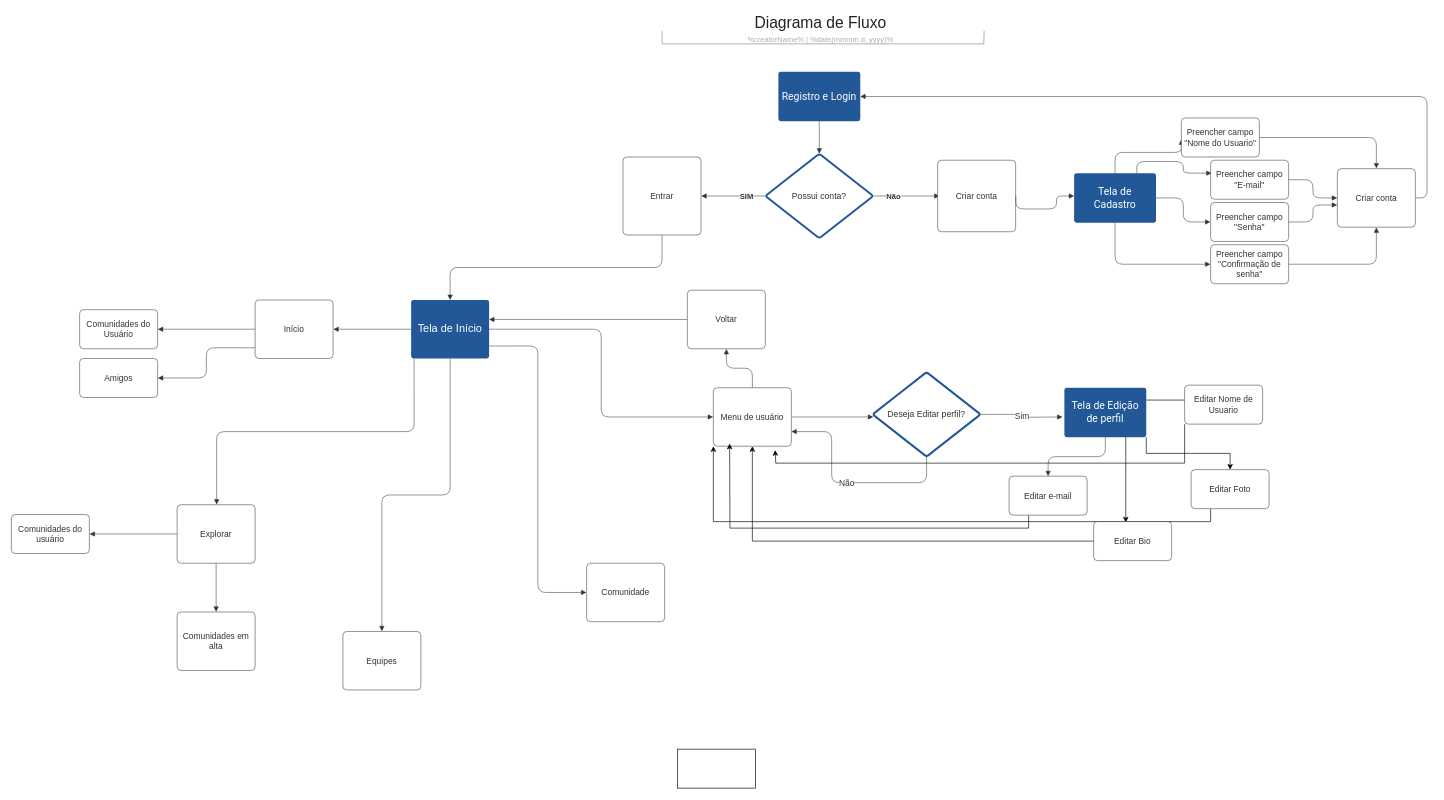
Above: docs/Diagrama sem nome.drawio in ICEI-PUC-Minas-PMV-ADS/pmv-ads-2023-2-e2-proj-int-t2-gaming-groove (draw.io), before the change. Source tidied: cells renumbered, new cells numbered last; positions are measured from the earlier drawing's top-left corner, leaving out a move shared by most shapes. Both pictures are drawn from the tidied source at 65%, with x=0, y=0 at pixel (11, 11).
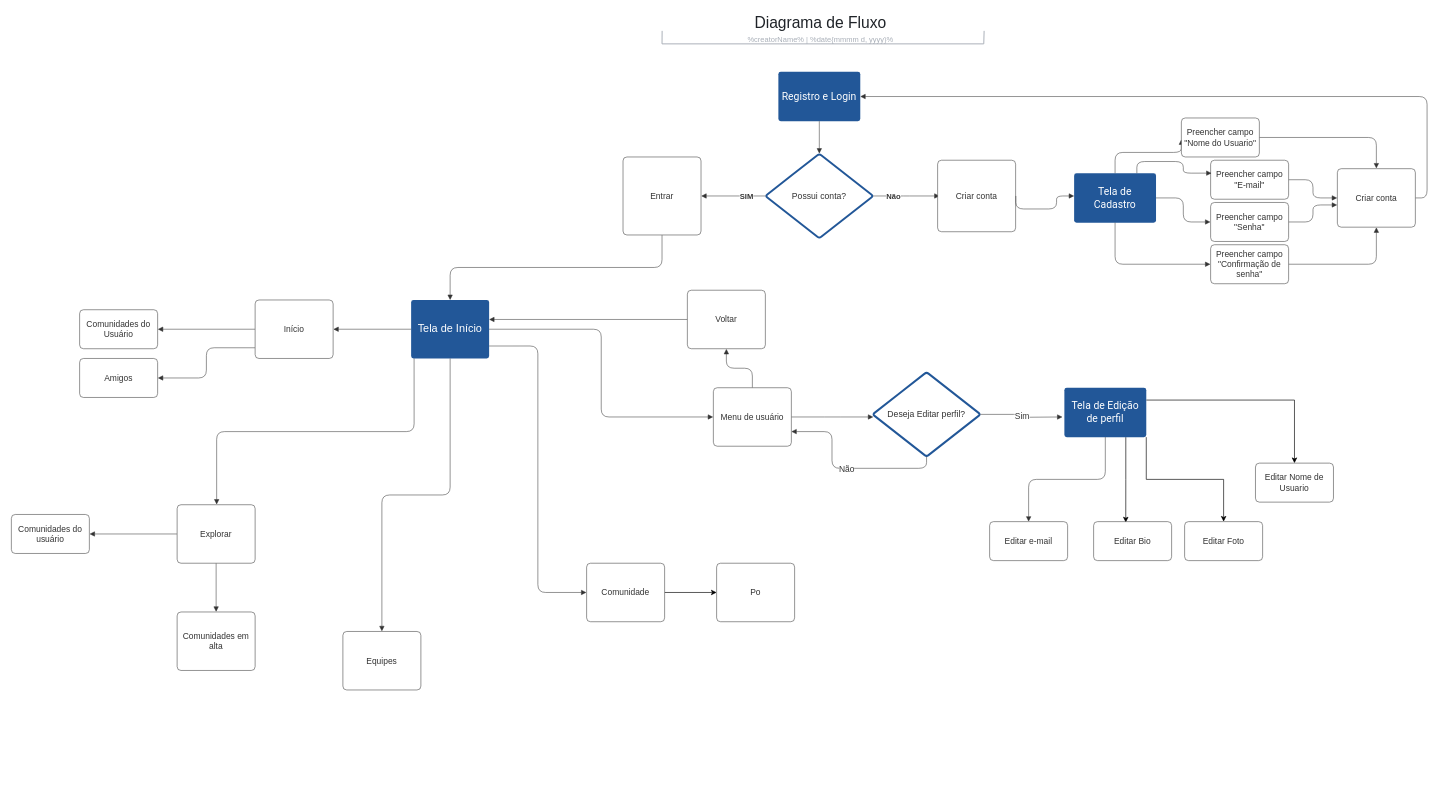
Above is the later version.

Unchanged cells that the change refers to:
```xml
<mxCell id="43" value="Comunidade" style="html=1;overflow=block;blockSpacing=1;whiteSpace=wrap;fontSize=13;fontColor=#333333;align=center;spacing=9;strokeColor=#333333;strokeOpacity=100;fillOpacity=100;rounded=1;absoluteArcSize=1;arcSize=12;fillColor=#ffffff;strokeWidth=0.8;lucidId=lhVshHCBFL9k;" parent="6" vertex="1">
  <mxGeometry x="885" y="849" width="120" height="90" as="geometry" />
</mxCell>
<mxCell id="46" value="Menu de usuário" style="html=1;overflow=block;blockSpacing=1;whiteSpace=wrap;fontSize=13;fontColor=#333333;align=center;spacing=9;strokeColor=#333333;strokeOpacity=100;fillOpacity=100;rounded=1;absoluteArcSize=1;arcSize=12;fillColor=#ffffff;strokeWidth=0.8;lucidId=lhVsZ8sPONDj;" parent="6" vertex="1">
  <mxGeometry x="1080" y="579" width="120" height="90" as="geometry" />
</mxCell>
<mxCell id="49" value="Deseja Editar perfil?" style="html=1;overflow=block;blockSpacing=1;whiteSpace=wrap;rhombus;fontSize=13.3;fontFamily=Helvetica;fontColor=#333333;spacing=3.3;strokeColor=#225798;strokeOpacity=100;rounded=1;absoluteArcSize=1;arcSize=7.5;strokeWidth=3;lucidId=lhVsae5pFT-N;" parent="6" vertex="1">
  <mxGeometry x="1325" y="555" width="166" height="130" as="geometry" />
</mxCell>
<mxCell id="54" value="Tela de Edição de perfil" style="html=1;overflow=block;blockSpacing=1;whiteSpace=wrap;fontSize=16;fontFamily=Roboto;fontColor=#ffffff;spacing=3.8;strokeOpacity=0;fillOpacity=100;rounded=1;absoluteArcSize=1;arcSize=7.5;fillColor=#225798;strokeWidth=1.5;lucidId=lhVsntgSND~G;" parent="6" vertex="1">
  <mxGeometry x="1620" y="579" width="126" height="76" as="geometry" />
</mxCell>
<mxCell id="72" value="Editar Bio" style="html=1;overflow=block;blockSpacing=1;whiteSpace=wrap;fontSize=13;fontColor=#333333;align=center;spacing=3.8;strokeColor=#333333;strokeOpacity=100;fillOpacity=100;rounded=1;absoluteArcSize=1;arcSize=12;fillColor=#ffffff;strokeWidth=0.8;lucidId=lhVsCsnP8iEd;" parent="6" vertex="1">
  <mxGeometry x="1665" y="785" width="120" height="60" as="geometry" />
</mxCell>
```

The edit, as a diff of the source:
```diff
@@
-    <mxCell id="2" style="rounded=0;whiteSpace=wrap;html=1;" parent="1" vertex="1">
-      <mxGeometry x="1025" y="1135" width="120" height="60" as="geometry" />
-    </mxCell>
-    <mxCell id="3" style="edgeStyle=orthogonalEdgeStyle;rounded=0;jettySize=auto;html=1;exitX=0.25;exitY=1;exitDx=0;exitDy=0;entryX=0;entryY=1;entryDx=0;entryDy=0;" parent="1" edge="1" source="4" target="46">
-      <mxGeometry relative="1" as="geometry" />
-    </mxCell>
     <mxCell id="4" value="Editar Foto" style="html=1;overflow=block;blockSpacing=1;whiteSpace=wrap;fontSize=13;fontColor=#333333;align=center;spacing=3.8;strokeColor=#333333;strokeOpacity=100;fillOpacity=100;rounded=1;absoluteArcSize=1;arcSize=12;fillColor=#ffffff;strokeWidth=0.8;lucidId=lhVsCsnP8iEd;" parent="1" vertex="1">
-      <mxGeometry x="1815" y="705" width="120" height="60" as="geometry" />
+      <mxGeometry x="1805" y="785" width="120" height="60" as="geometry" />
     </mxCell>
@@
+    <mxCell id="77" value="Po" style="html=1;overflow=block;blockSpacing=1;whiteSpace=wrap;fontSize=13;fontColor=#333333;align=center;spacing=9;strokeColor=#333333;strokeOpacity=100;fillOpacity=100;rounded=1;absoluteArcSize=1;arcSize=12;fillColor=#ffffff;strokeWidth=0.8;lucidId=lhVshHCBFL9k;" parent="1" vertex="1">
+      <mxGeometry x="1085" y="849" width="120" height="90" as="geometry" />
+    </mxCell>
@@
+    <mxCell id="78" style="edgeStyle=orthogonalEdgeStyle;rounded=0;jettySize=auto;html=1;" parent="6" edge="1" source="43" target="77">
+      <mxGeometry relative="1" as="geometry" />
+    </mxCell>
@@
-    <mxCell id="52" style="edgeStyle=orthogonalEdgeStyle;rounded=0;jettySize=auto;html=1;exitX=1;exitY=0.25;exitDx=0;exitDy=0;" parent="6" edge="1" source="54">
-      <mxGeometry relative="1" as="geometry">
-        <mxPoint x="1815" y="598" as="targetPoint" />
-      </mxGeometry>
+    <mxCell id="52" style="edgeStyle=orthogonalEdgeStyle;rounded=0;jettySize=auto;html=1;exitX=1;exitY=0.25;exitDx=0;exitDy=0;entryX=0.5;entryY=0;entryDx=0;entryDy=0;" parent="6" edge="1" source="54" target="66">
+      <mxGeometry relative="1" as="geometry" />
     </mxCell>
@@
     <mxCell id="55" style="html=1;jettySize=18;whiteSpace=wrap;fontSize=13;fontColor=#333333;align=center;strokeColor=#333333;strokeOpacity=100;strokeWidth=0.8;rounded=1;arcSize=24;edgeStyle=orthogonalEdgeStyle;startArrow=none;endArrow=block;endFill=1;exitX=0.5;exitY=1.002;exitPerimeter=0;entryX=1;entryY=0.75;lucidId=lhVsp6Rki~RF;entryDx=0;entryDy=0;" parent="6" edge="1" source="49" target="46">
-      <mxGeometry relative="1" as="geometry">
-        <Array as="points">
-          <mxPoint x="1408" y="725" />
-          <mxPoint x="1262" y="725" />
-          <mxPoint x="1262" y="647" />
-        </Array>
-      </mxGeometry>
+      <mxGeometry relative="1" as="geometry" />
     </mxCell>
@@
-    <mxCell id="65" style="edgeStyle=orthogonalEdgeStyle;rounded=0;jettySize=auto;html=1;exitX=0;exitY=1;exitDx=0;exitDy=0;" parent="6" edge="1" source="66">
-      <mxGeometry relative="1" as="geometry">
-        <mxPoint x="1175" y="675" as="targetPoint" />
-        <Array as="points">
-          <mxPoint x="1805" y="695" />
-          <mxPoint x="1176" y="695" />
-          <mxPoint x="1176" y="675" />
-        </Array>
-      </mxGeometry>
-    </mxCell>
     <mxCell id="66" value="Editar Nome de Usuario" style="html=1;overflow=block;blockSpacing=1;whiteSpace=wrap;fontSize=13;fontColor=#333333;align=center;spacing=3.8;strokeColor=#333333;strokeOpacity=100;fillOpacity=100;rounded=1;absoluteArcSize=1;arcSize=12;fillColor=#ffffff;strokeWidth=0.8;lucidId=lhVsW8nXoe7O;" parent="6" vertex="1">
-      <mxGeometry x="1805" y="575" width="120" height="60" as="geometry" />
+      <mxGeometry x="1914" y="695" width="120" height="60" as="geometry" />
     </mxCell>
-    <mxCell id="67" style="edgeStyle=orthogonalEdgeStyle;rounded=0;jettySize=auto;html=1;exitX=0.25;exitY=1;exitDx=0;exitDy=0;" parent="6" edge="1" source="68">
-      <mxGeometry relative="1" as="geometry">
-        <mxPoint x="1105" y="665" as="targetPoint" />
-      </mxGeometry>
-    </mxCell>
     <mxCell id="68" value="Editar e-mail" style="html=1;overflow=block;blockSpacing=1;whiteSpace=wrap;fontSize=13;fontColor=#333333;align=center;spacing=3.8;strokeColor=#333333;strokeOpacity=100;fillOpacity=100;rounded=1;absoluteArcSize=1;arcSize=12;fillColor=#ffffff;strokeWidth=0.8;lucidId=lhVsvm_LANV6;" parent="6" vertex="1">
-      <mxGeometry x="1535" y="715" width="120" height="60" as="geometry" />
+      <mxGeometry x="1505" y="785" width="120" height="60" as="geometry" />
     </mxCell>
@@
-    <mxCell id="71" style="edgeStyle=orthogonalEdgeStyle;rounded=0;jettySize=auto;html=1;exitX=0;exitY=0.5;exitDx=0;exitDy=0;" parent="6" edge="1" source="72" target="46">
-      <mxGeometry relative="1" as="geometry" />
-    </mxCell>
```
